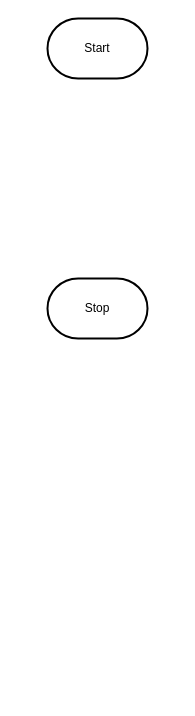
This is design/flowchart.drawio from MTHS-ICD2O-1-2024/ICD2O-Unit-3-02-Adrina-peighambarzadeh, a draw.io file, before an edit. Source tidied: cells renumbered, new cells numbered last; positions are measured from the earlier drawing's top-left corner, leaving out a move shared by most shapes. Both pictures are drawn from the tidied source at 100%, with x=0, y=0 at pixel (47, 18).
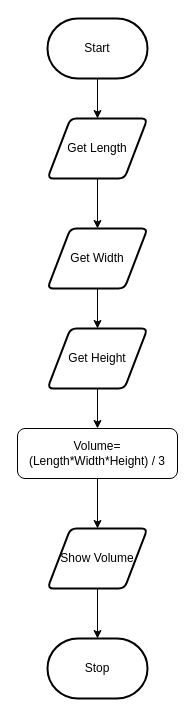
Above is the later version.

The edit, as a diff of the source:
```diff
@@
 <mxGraphModel>
   <root>
     <mxCell id="0" />
     <mxCell id="1" parent="0" />
+    <mxCell id="4" style="edgeStyle=none;html=1;" parent="1" edge="1" source="2" target="6">
+      <mxGeometry relative="1" as="geometry" />
+    </mxCell>
     <mxCell id="2" value="Start" style="strokeWidth=2;html=1;shape=mxgraph.flowchart.terminator;whiteSpace=wrap;" parent="1" vertex="1">
       <mxGeometry width="100" height="60" as="geometry" />
     </mxCell>
     <mxCell id="3" value="Stop" style="strokeWidth=2;html=1;shape=mxgraph.flowchart.terminator;whiteSpace=wrap;" parent="1" vertex="1">
-      <mxGeometry y="260" width="100" height="60" as="geometry" />
+      <mxGeometry y="620" width="100" height="60" as="geometry" />
     </mxCell>
+    <mxCell id="5" style="edgeStyle=none;html=1;" parent="1" edge="1" source="6" target="8">
+      <mxGeometry relative="1" as="geometry" />
+    </mxCell>
+    <mxCell id="6" value="Get Length" style="shape=parallelogram;html=1;strokeWidth=2;perimeter=parallelogramPerimeter;whiteSpace=wrap;rounded=1;arcSize=12;size=0.23;" parent="1" vertex="1">
+      <mxGeometry y="100" width="100" height="60" as="geometry" />
+    </mxCell>
+    <mxCell id="7" style="edgeStyle=none;html=1;" parent="1" edge="1" source="8" target="10">
+      <mxGeometry relative="1" as="geometry" />
+    </mxCell>
+    <mxCell id="8" value="Get Width" style="shape=parallelogram;html=1;strokeWidth=2;perimeter=parallelogramPerimeter;whiteSpace=wrap;rounded=1;arcSize=12;size=0.23;" parent="1" vertex="1">
+      <mxGeometry y="210" width="100" height="60" as="geometry" />
+    </mxCell>
+    <mxCell id="9" style="edgeStyle=none;html=1;" parent="1" edge="1" source="10" target="12">
+      <mxGeometry relative="1" as="geometry" />
+    </mxCell>
+    <mxCell id="10" value="Get Height" style="shape=parallelogram;html=1;strokeWidth=2;perimeter=parallelogramPerimeter;whiteSpace=wrap;rounded=1;arcSize=12;size=0.23;" parent="1" vertex="1">
+      <mxGeometry y="310" width="100" height="60" as="geometry" />
+    </mxCell>
+    <mxCell id="11" style="edgeStyle=none;html=1;" parent="1" edge="1" source="12" target="14">
+      <mxGeometry relative="1" as="geometry" />
+    </mxCell>
+    <mxCell id="12" value="Volume= (Length*Width*Height) / 3" style="html=1;dashed=0;whiteSpace=wrap;rounded=1;" parent="1" vertex="1">
+      <mxGeometry x="-30" y="410" width="160" height="50" as="geometry" />
+    </mxCell>
+    <mxCell id="13" style="edgeStyle=none;html=1;" parent="1" edge="1" source="14" target="3">
+      <mxGeometry relative="1" as="geometry" />
+    </mxCell>
+    <mxCell id="14" value="Show Volume" style="shape=parallelogram;html=1;strokeWidth=2;perimeter=parallelogramPerimeter;whiteSpace=wrap;rounded=1;arcSize=12;size=0.23;" parent="1" vertex="1">
+      <mxGeometry y="510" width="100" height="60" as="geometry" />
+    </mxCell>
   </root>
 </mxGraphModel>
```
